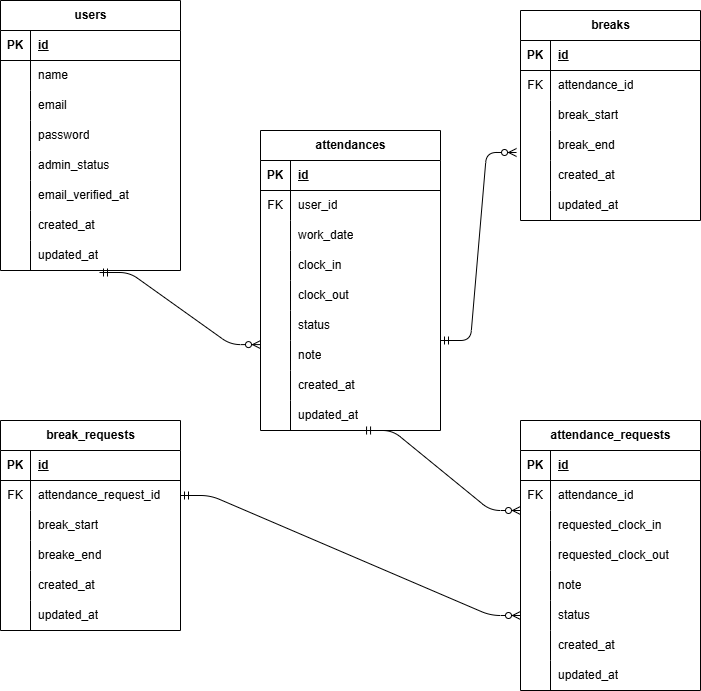
Earlier version of the draw.io export ER.drawio.png (sugi3105/attendance-app). Source tidied: cells renumbered, new cells last; positions are measured from the earlier drawing's top-left corner, leaving out a move shared by most shapes.
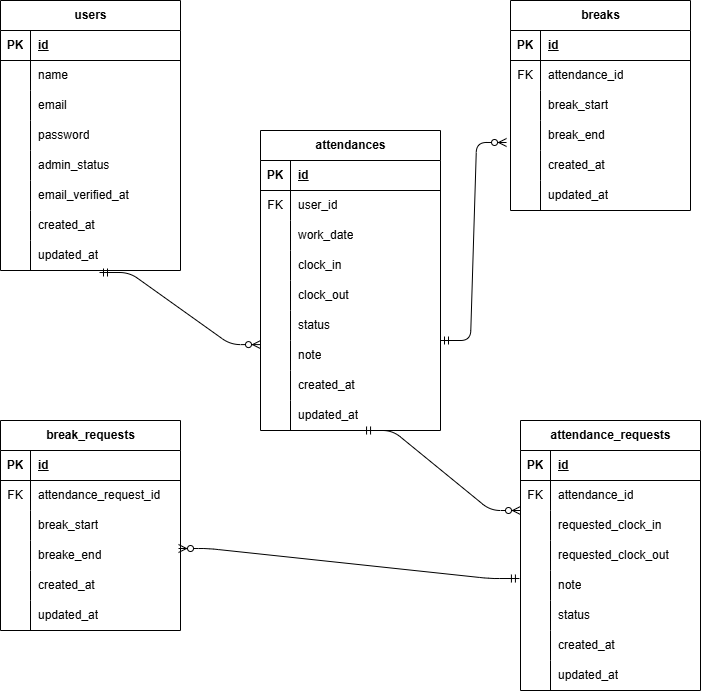
Later version of the same file.

The edit, as a diff of the source:
```diff
@@ -162,7 +162,7 @@
       <mxGeometry x="30" width="150" height="30" as="geometry" />
     </mxCell>
     <mxCell id="55" value="breaks" style="shape=table;startSize=30;rowLines=0;fontStyle=1;align=center;html=1;" parent="1" vertex="1">
-      <mxGeometry x="520" y="10" width="180" height="210" as="geometry" />
+      <mxGeometry x="510" width="180" height="210" as="geometry" />
     </mxCell>
     <mxCell id="56" style="shape=tableRow;horizontal=0;startSize=0;swimlaneHead=0;swimlaneBody=0;fillColor=none;top=0;left=0;right=0;bottom=1;" parent="55" vertex="1">
       <mxGeometry y="30" width="180" height="30" as="geometry" />
@@ -377,7 +377,7 @@
         <mxPoint x="520" y="510" as="targetPoint" />
       </mxGeometry>
     </mxCell>
-    <mxCell id="121" style="edgeStyle=entityRelationEdgeStyle;fontSize=12;html=1;endArrow=ERzeroToMany;startArrow=ERmandOne;exitX=1;exitY=0.5;exitDx=0;exitDy=0;entryX=0;entryY=0.5;entryDx=0;entryDy=0;" parent="1" edge="1" source="103" target="90">
+    <mxCell id="121" style="edgeStyle=entityRelationEdgeStyle;fontSize=12;html=1;endArrow=ERzeroToMany;startArrow=ERmandOne;exitX=-0.006;exitY=0.267;exitDx=0;exitDy=0;entryX=0.989;entryY=0.267;entryDx=0;entryDy=0;entryPerimeter=0;exitPerimeter=0;" parent="1" edge="1" source="87" target="109">
       <mxGeometry relative="1" as="geometry" />
     </mxCell>
   </root>
```
